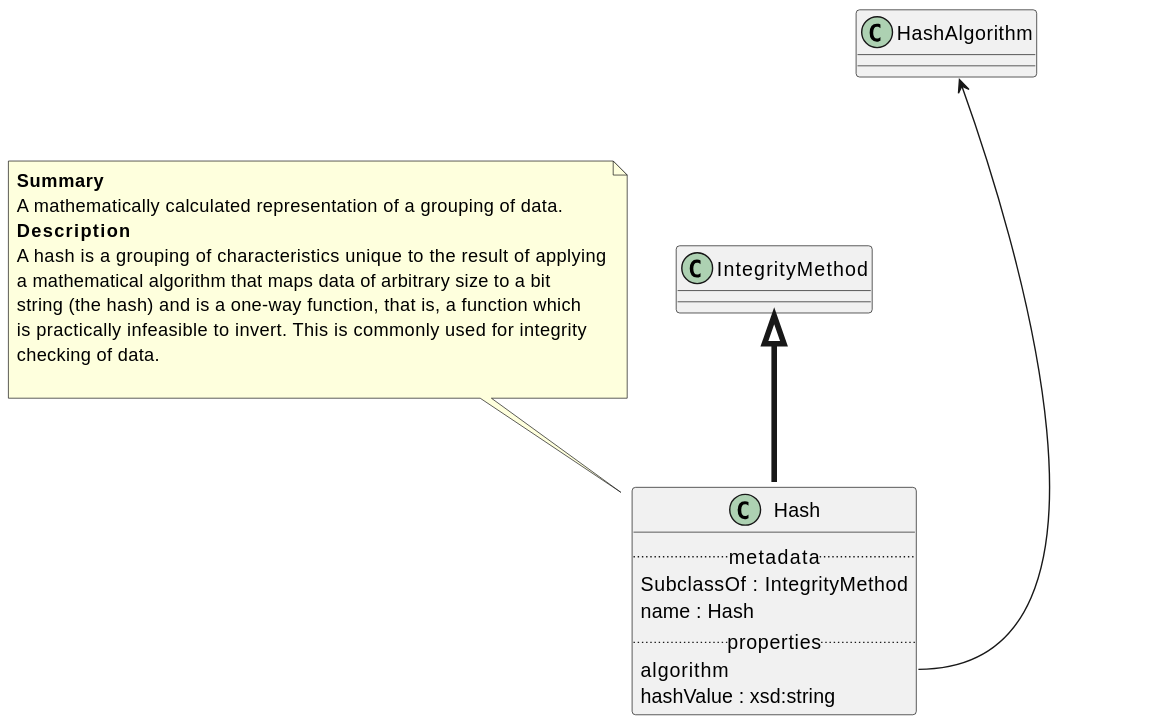
The PlantUML diagram Classes/Hash.svg in maxhbr/spec-parser.hs, before a commit.
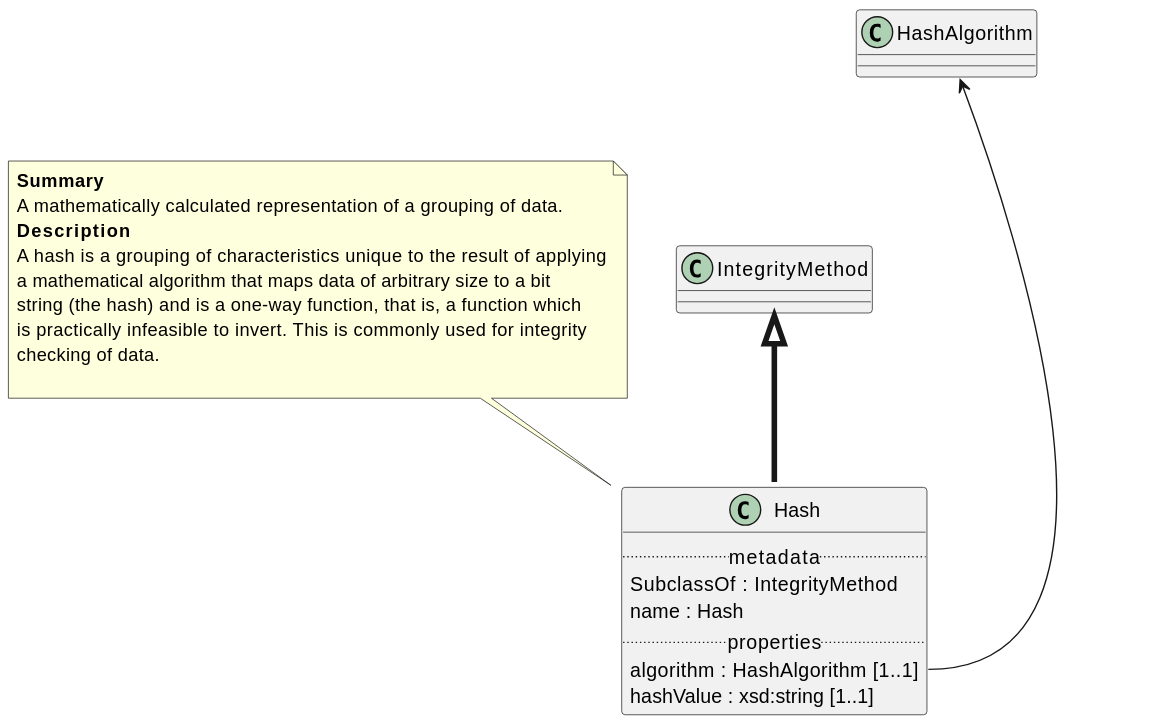
After the commit.

What changed in the source:
```diff
@@ -4,8 +4,8 @@
     SubclassOf : IntegrityMethod
     name : Hash
 .. properties ..
-    algorithm
-    hashValue : xsd:string
+    algorithm : HashAlgorithm [1..1]
+    hashValue : xsd:string [1..1]
 }
 note top of Hash
 <b>Summary</b>
```
